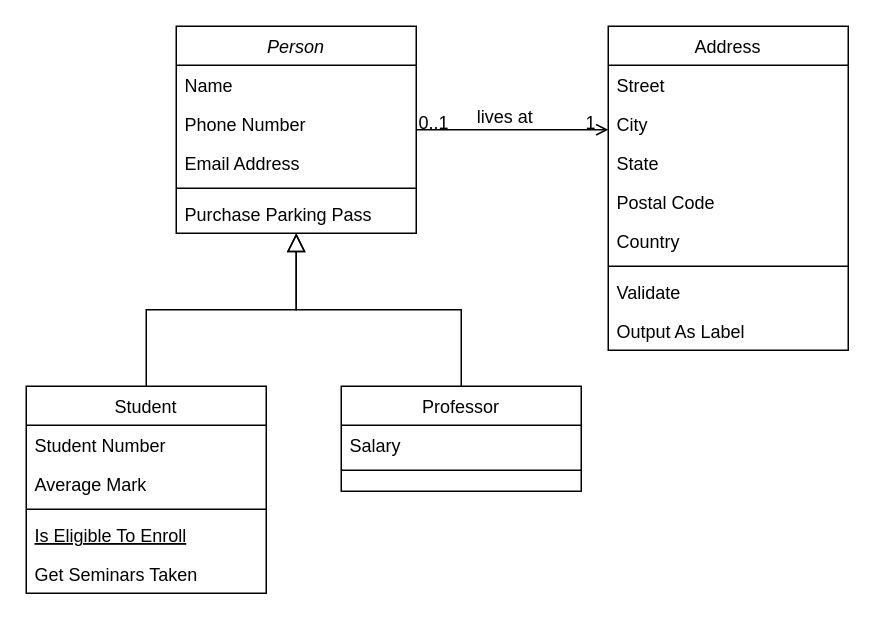
Above: EngineToolUML.drawio in RDMJoker/LL_Semester2_Project (draw.io), before the change. Source tidied: cells renumbered, new cells numbered last; positions are measured from the earlier drawing's top-left corner, leaving out a move shared by most shapes. Both pictures are drawn from the tidied source at 150%, with x=0, y=0 at pixel (26, 26).
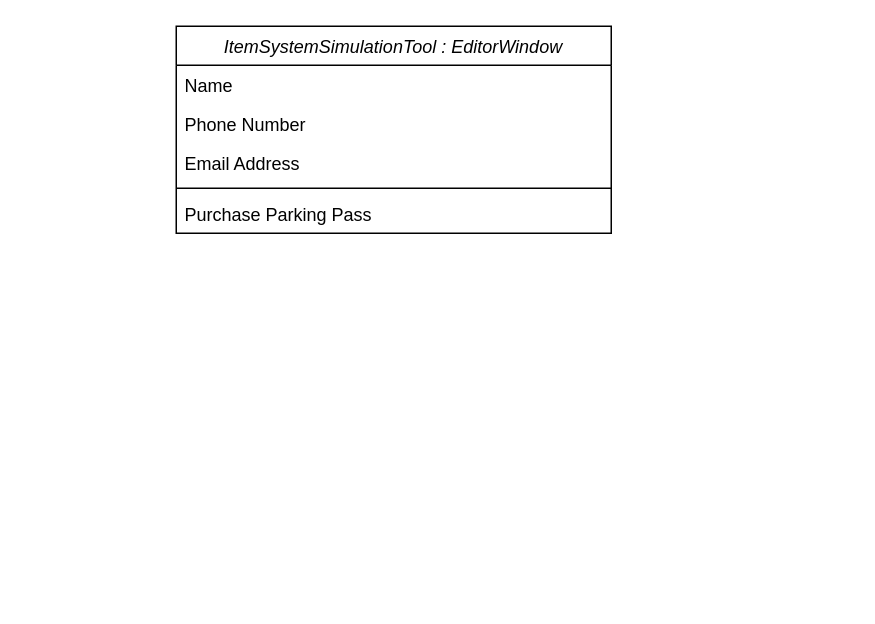
The same diagram, later.

Diff of the diagram source:
```diff
@@
-    <mxCell id="2" value="Person" style="swimlane;fontStyle=2;align=center;verticalAlign=top;horizontal=1;startSize=26;rounded=0;shadow=0;strokeWidth=1;" parent="1" vertex="1">
-      <mxGeometry x="100" width="160" height="138" as="geometry" />
+    <mxCell id="2" value="ItemSystemSimulationTool : EditorWindow" style="swimlane;fontStyle=2;align=center;verticalAlign=top;horizontal=1;startSize=26;rounded=0;shadow=0;strokeWidth=1;" parent="1" vertex="1">
+      <mxGeometry x="100" width="290" height="138" as="geometry" />
     </mxCell>
     <mxCell id="3" value="Name" style="text;align=left;verticalAlign=top;spacingLeft=4;spacingRight=4;overflow=hidden;" parent="2" vertex="1">
-      <mxGeometry y="26" width="160" height="26" as="geometry" />
+      <mxGeometry y="26" width="290" height="26" as="geometry" />
     </mxCell>
     <mxCell id="4" value="Phone Number" style="text;align=left;verticalAlign=top;spacingLeft=4;spacingRight=4;overflow=hidden;rounded=0;shadow=0;html=0;" parent="2" vertex="1">
-      <mxGeometry y="52" width="160" height="26" as="geometry" />
+      <mxGeometry y="52" width="290" height="26" as="geometry" />
     </mxCell>
     <mxCell id="5" value="Email Address" style="text;align=left;verticalAlign=top;spacingLeft=4;spacingRight=4;overflow=hidden;rounded=0;shadow=0;html=0;" parent="2" vertex="1">
-      <mxGeometry y="78" width="160" height="26" as="geometry" />
+      <mxGeometry y="78" width="290" height="26" as="geometry" />
     </mxCell>
     <mxCell id="6" style="line;html=1;strokeWidth=1;align=left;verticalAlign=middle;spacingTop=-1;spacingLeft=3;spacingRight=3;labelPosition=right;" parent="2" vertex="1">
-      <mxGeometry y="104" width="160" height="8" as="geometry" />
+      <mxGeometry y="104" width="290" height="8" as="geometry" />
     </mxCell>
     <mxCell id="7" value="Purchase Parking Pass" style="text;align=left;verticalAlign=top;spacingLeft=4;spacingRight=4;overflow=hidden;" parent="2" vertex="1">
-      <mxGeometry y="112" width="160" height="26" as="geometry" />
+      <mxGeometry y="112" width="290" height="26" as="geometry" />
     </mxCell>
-    <mxCell id="8" value="Student" style="swimlane;fontStyle=0;align=center;verticalAlign=top;horizontal=1;startSize=26;rounded=0;shadow=0;strokeWidth=1;" parent="1" vertex="1">
-      <mxGeometry y="240" width="160" height="138" as="geometry" />
-    </mxCell>
-    <mxCell id="9" value="Student Number" style="text;align=left;verticalAlign=top;spacingLeft=4;spacingRight=4;overflow=hidden;" parent="8" vertex="1">
-      <mxGeometry y="26" width="160" height="26" as="geometry" />
-    </mxCell>
-    <mxCell id="10" value="Average Mark" style="text;align=left;verticalAlign=top;spacingLeft=4;spacingRight=4;overflow=hidden;rounded=0;shadow=0;html=0;" parent="8" vertex="1">
-      <mxGeometry y="52" width="160" height="26" as="geometry" />
-    </mxCell>
-    <mxCell id="11" style="line;html=1;strokeWidth=1;align=left;verticalAlign=middle;spacingTop=-1;spacingLeft=3;spacingRight=3;labelPosition=right;" parent="8" vertex="1">
-      <mxGeometry y="78" width="160" height="8" as="geometry" />
-    </mxCell>
-    <mxCell id="12" value="Is Eligible To Enroll" style="text;align=left;verticalAlign=top;spacingLeft=4;spacingRight=4;overflow=hidden;fontStyle=4;" parent="8" vertex="1">
-      <mxGeometry y="86" width="160" height="26" as="geometry" />
-    </mxCell>
-    <mxCell id="13" value="Get Seminars Taken" style="text;align=left;verticalAlign=top;spacingLeft=4;spacingRight=4;overflow=hidden;" parent="8" vertex="1">
-      <mxGeometry y="112" width="160" height="26" as="geometry" />
-    </mxCell>
-    <mxCell id="14" style="endArrow=block;endSize=10;endFill=0;shadow=0;strokeWidth=1;rounded=0;curved=0;edgeStyle=elbowEdgeStyle;elbow=vertical;" parent="1" edge="1" source="8" target="2">
-      <mxGeometry relative="1" as="geometry" />
-    </mxCell>
-    <mxCell id="15" value="Professor" style="swimlane;fontStyle=0;align=center;verticalAlign=top;horizontal=1;startSize=26;rounded=0;shadow=0;strokeWidth=1;" parent="1" vertex="1">
-      <mxGeometry x="210" y="240" width="160" height="70" as="geometry" />
-    </mxCell>
-    <mxCell id="16" value="Salary" style="text;align=left;verticalAlign=top;spacingLeft=4;spacingRight=4;overflow=hidden;" parent="15" vertex="1">
-      <mxGeometry y="26" width="160" height="26" as="geometry" />
-    </mxCell>
-    <mxCell id="17" style="line;html=1;strokeWidth=1;align=left;verticalAlign=middle;spacingTop=-1;spacingLeft=3;spacingRight=3;labelPosition=right;" parent="15" vertex="1">
-      <mxGeometry y="52" width="160" height="8" as="geometry" />
-    </mxCell>
-    <mxCell id="18" style="endArrow=block;endSize=10;endFill=0;shadow=0;strokeWidth=1;rounded=0;curved=0;edgeStyle=elbowEdgeStyle;elbow=vertical;" parent="1" edge="1" source="15" target="2">
-      <mxGeometry relative="1" as="geometry" />
-    </mxCell>
-    <mxCell id="19" value="Address" style="swimlane;fontStyle=0;align=center;verticalAlign=top;horizontal=1;startSize=26;rounded=0;shadow=0;strokeWidth=1;" parent="1" vertex="1">
-      <mxGeometry x="388" width="160" height="216" as="geometry" />
-    </mxCell>
-    <mxCell id="20" value="Street" style="text;align=left;verticalAlign=top;spacingLeft=4;spacingRight=4;overflow=hidden;" parent="19" vertex="1">
-      <mxGeometry y="26" width="160" height="26" as="geometry" />
-    </mxCell>
-    <mxCell id="21" value="City" style="text;align=left;verticalAlign=top;spacingLeft=4;spacingRight=4;overflow=hidden;rounded=0;shadow=0;html=0;" parent="19" vertex="1">
-      <mxGeometry y="52" width="160" height="26" as="geometry" />
-    </mxCell>
-    <mxCell id="22" value="State" style="text;align=left;verticalAlign=top;spacingLeft=4;spacingRight=4;overflow=hidden;rounded=0;shadow=0;html=0;" parent="19" vertex="1">
-      <mxGeometry y="78" width="160" height="26" as="geometry" />
-    </mxCell>
-    <mxCell id="23" value="Postal Code" style="text;align=left;verticalAlign=top;spacingLeft=4;spacingRight=4;overflow=hidden;rounded=0;shadow=0;html=0;" parent="19" vertex="1">
-      <mxGeometry y="104" width="160" height="26" as="geometry" />
-    </mxCell>
-    <mxCell id="24" value="Country" style="text;align=left;verticalAlign=top;spacingLeft=4;spacingRight=4;overflow=hidden;rounded=0;shadow=0;html=0;" parent="19" vertex="1">
-      <mxGeometry y="130" width="160" height="26" as="geometry" />
-    </mxCell>
-    <mxCell id="25" style="line;html=1;strokeWidth=1;align=left;verticalAlign=middle;spacingTop=-1;spacingLeft=3;spacingRight=3;labelPosition=right;" parent="19" vertex="1">
-      <mxGeometry y="156" width="160" height="8" as="geometry" />
-    </mxCell>
-    <mxCell id="26" value="Validate" style="text;align=left;verticalAlign=top;spacingLeft=4;spacingRight=4;overflow=hidden;" parent="19" vertex="1">
-      <mxGeometry y="164" width="160" height="26" as="geometry" />
-    </mxCell>
-    <mxCell id="27" value="Output As Label" style="text;align=left;verticalAlign=top;spacingLeft=4;spacingRight=4;overflow=hidden;" parent="19" vertex="1">
-      <mxGeometry y="190" width="160" height="26" as="geometry" />
-    </mxCell>
-    <mxCell id="28" style="endArrow=open;shadow=0;strokeWidth=1;rounded=0;curved=0;endFill=1;edgeStyle=elbowEdgeStyle;elbow=vertical;" parent="1" edge="1" source="2" target="19">
-      <mxGeometry x="0.5" y="41" relative="1" as="geometry">
-        <mxPoint x="-40" y="32" as="offset" />
-      </mxGeometry>
-    </mxCell>
-    <mxCell id="29" value="0..1" style="align=left;verticalAlign=bottom;labelBackgroundColor=none;fontSize=12;" parent="28" vertex="1">
-      <mxGeometry x="-1" relative="1" as="geometry">
-        <mxPoint y="4" as="offset" />
-      </mxGeometry>
-    </mxCell>
-    <mxCell id="30" value="1" style="align=right;verticalAlign=bottom;labelBackgroundColor=none;fontSize=12;" parent="28" vertex="1">
-      <mxGeometry x="1" relative="1" as="geometry">
-        <mxPoint x="-7" y="4" as="offset" />
-      </mxGeometry>
-    </mxCell>
-    <mxCell id="31" value="lives at" style="text;html=1;align=center;verticalAlign=middle;labelBackgroundColor=none;rounded=0;shadow=0;strokeWidth=1;fontSize=12;" parent="28" vertex="1">
-      <mxGeometry x="0.5" y="49" relative="1" as="geometry">
-        <mxPoint x="-38" y="40" as="offset" />
-      </mxGeometry>
-    </mxCell>
```
